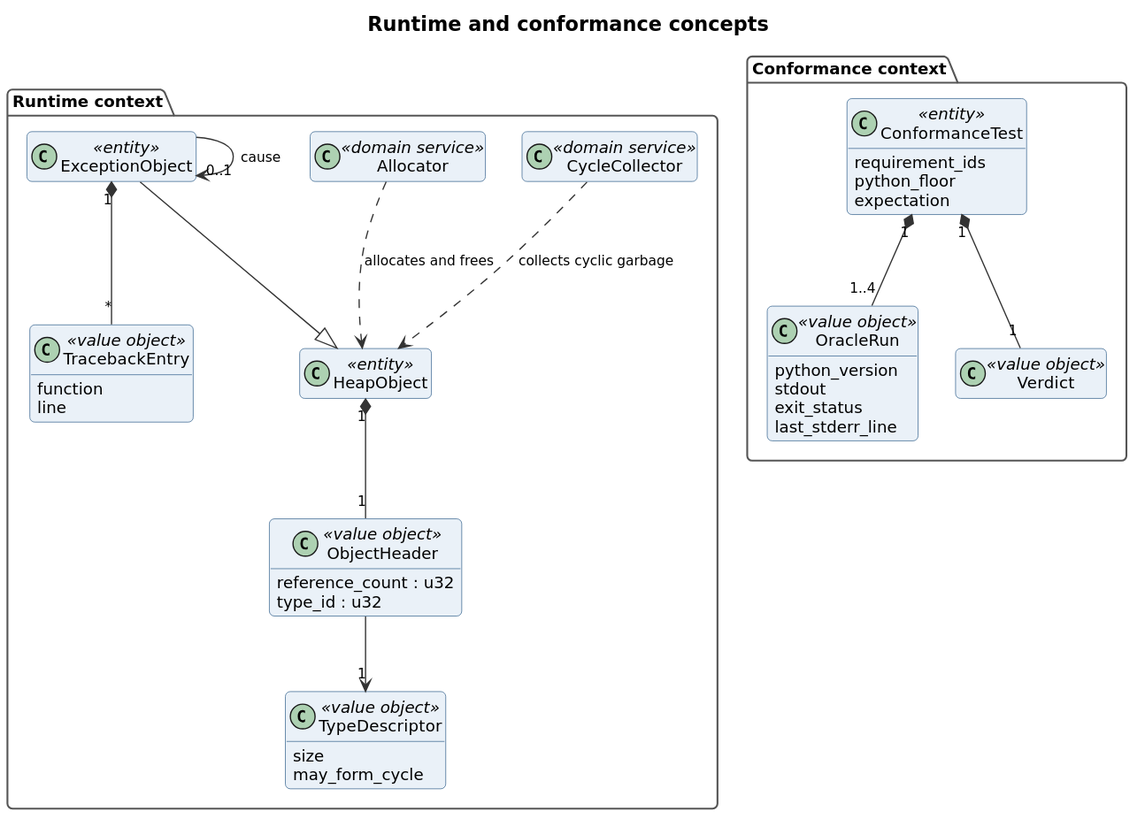
Earlier version of the PlantUML export docs/diagrams/class-domain-runtime.svg (typy-lang/typy). Its source is kept beside it as docs/diagrams/class-domain-runtime.puml. Its diagram source:
```plantuml
@startuml class-domain-runtime
!include style.puml
title Runtime and conformance concepts
hide empty members
skinparam nodesep 30

package "Runtime context" {
    class HeapObject <<entity>>
    class ObjectHeader <<value object>> {
        reference_count : u32
        type_id : u32
    }
    class TypeDescriptor <<value object>> {
        size
        may_form_cycle
    }
    class ExceptionObject <<entity>>
    class TracebackEntry <<value object>> {
        function
        line
    }
    class Allocator <<domain service>>
    class CycleCollector <<domain service>>
}

package "Conformance context" {
    class ConformanceTest <<entity>> {
        requirement_ids
        python_floor
        expectation
    }
    class OracleRun <<value object>> {
        python_version
        stdout
        exit_status
        last_stderr_line
    }
    class Verdict <<value object>>
}

HeapObject "1" *-- "1" ObjectHeader
ObjectHeader --> "1" TypeDescriptor
ExceptionObject --|> HeapObject
ExceptionObject "1" *-- "*" TracebackEntry
ExceptionObject --> "0..1" ExceptionObject : cause
Allocator ..> HeapObject : allocates and frees
CycleCollector ..> HeapObject : collects cyclic garbage

ConformanceTest "1" *-- "1..4" OracleRun
ConformanceTest "1" *-- "1" Verdict
@enduml
```
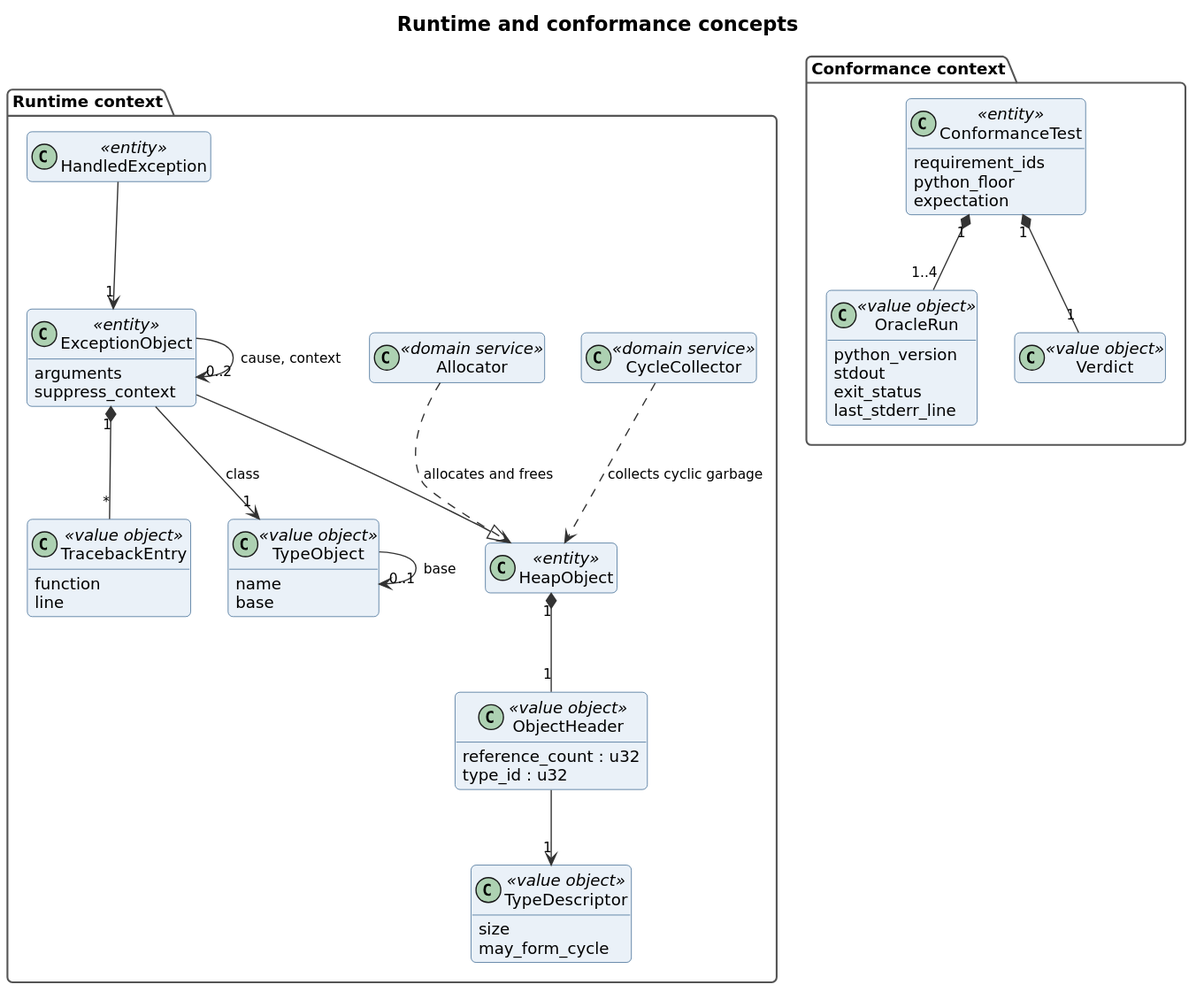
Above is the later version.

Change to the diagram source:
```diff
@@ -14,7 +14,15 @@
         size
         may_form_cycle
     }
-    class ExceptionObject <<entity>>
+    class TypeObject <<value object>> {
+        name
+        base
+    }
+    class ExceptionObject <<entity>> {
+        arguments
+        suppress_context
+    }
+    class HandledException <<entity>>
     class TracebackEntry <<value object>> {
         function
         line
@@ -42,7 +50,10 @@
 ObjectHeader --> "1" TypeDescriptor
 ExceptionObject --|> HeapObject
 ExceptionObject "1" *-- "*" TracebackEntry
-ExceptionObject --> "0..1" ExceptionObject : cause
+ExceptionObject --> "0..2" ExceptionObject : cause, context
+ExceptionObject --> "1" TypeObject : class
+TypeObject --> "0..1" TypeObject : base
+HandledException --> "1" ExceptionObject
 Allocator ..> HeapObject : allocates and frees
 CycleCollector ..> HeapObject : collects cyclic garbage
 
```
